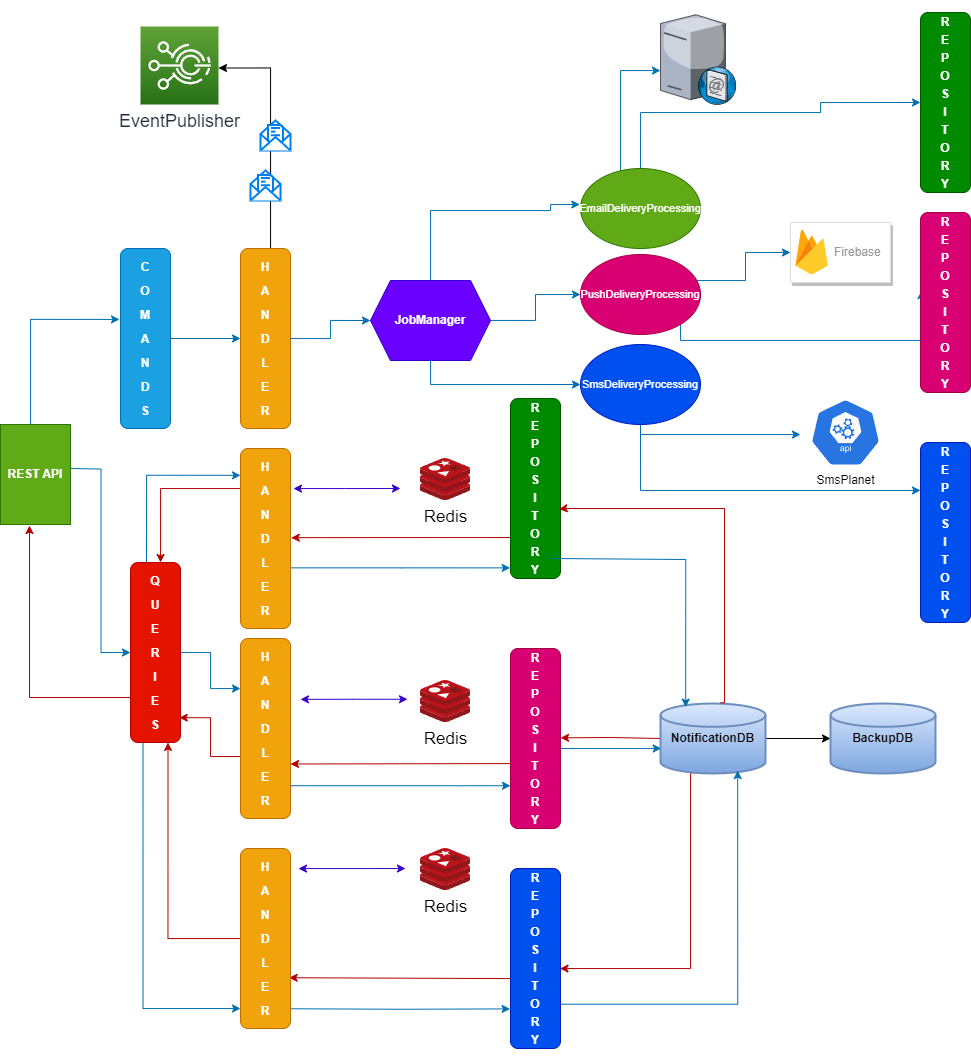
Earlier version of the draw.io export ArchitectureDiagram.drawio.png (solowiejmaciej/EmailService). Source tidied: cells renumbered, new cells last; positions are measured from the earlier drawing's top-left corner, leaving out a move shared by most shapes.
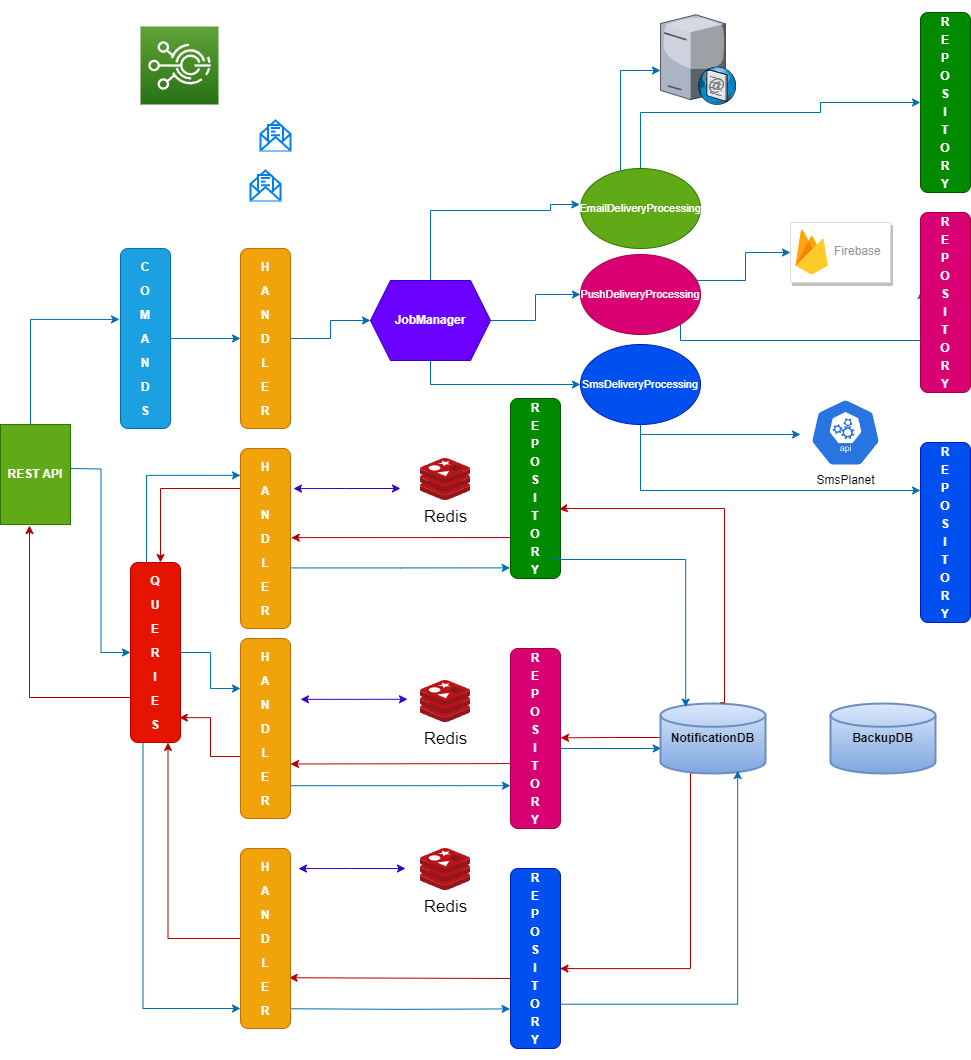
After the commit.

The edit, as a diff of the source:
```diff
@@ -23,7 +23,7 @@
     <mxCell id="6" value="&lt;p style=&quot;line-height: 200%;&quot;&gt;&lt;b&gt;C&lt;br&gt;O&lt;br&gt;M&lt;br&gt;A&lt;br&gt;N&lt;br&gt;D&lt;br&gt;S&lt;/b&gt;&lt;/p&gt;" style="rounded=1;whiteSpace=wrap;html=1;fillColor=#1ba1e2;fontColor=#ffffff;strokeColor=#006EAF;" parent="1" vertex="1">
       <mxGeometry x="120" y="236" width="50" height="180" as="geometry" />
     </mxCell>
-    <mxCell id="7" style="edgeStyle=orthogonalEdgeStyle;rounded=0;orthogonalLoop=1;jettySize=auto;html=1;exitX=0.385;exitY=-0.014;exitDx=0;exitDy=0;exitPerimeter=0;" parent="1" edge="1">
+    <mxCell id="7" style="edgeStyle=orthogonalEdgeStyle;rounded=0;orthogonalLoop=1;jettySize=auto;html=1;exitX=0.385;exitY=-0.014;exitDx=0;exitDy=0;exitPerimeter=0;strokeColor=#FFFFFF;" parent="1" edge="1">
       <mxGeometry relative="1" as="geometry">
         <mxPoint x="259.2" y="236" as="sourcePoint" />
         <mxPoint x="218" y="55.5" as="targetPoint" />
@@ -107,7 +107,7 @@
         </Array>
       </mxGeometry>
     </mxCell>
-    <mxCell id="21" style="edgeStyle=orthogonalEdgeStyle;rounded=0;jettySize=auto;html=1;entryX=0;entryY=0.5;entryDx=0;entryDy=0;entryPerimeter=0;" parent="1" edge="1" source="22" target="67">
+    <mxCell id="21" style="edgeStyle=orthogonalEdgeStyle;rounded=0;jettySize=auto;html=1;entryX=0;entryY=0.5;entryDx=0;entryDy=0;entryPerimeter=0;strokeColor=#FFFFFF;" parent="1" edge="1" source="22" target="67">
       <mxGeometry relative="1" as="geometry" />
     </mxCell>
     <mxCell id="22" value="&lt;font color=&quot;#000000&quot;&gt;&lt;b&gt;NotificationDB&lt;/b&gt;&lt;/font&gt;" style="strokeWidth=2;html=1;shape=mxgraph.flowchart.database;whiteSpace=wrap;fillColor=#dae8fc;gradientColor=#7ea6e0;strokeColor=#6c8ebf;" parent="1" vertex="1">
@@ -329,7 +329,7 @@
         </Array>
       </mxGeometry>
     </mxCell>
-    <mxCell id="62" value="&lt;font style=&quot;font-size: 18px;&quot;&gt;EventPublisher&lt;/font&gt;" style="sketch=0;fontColor=#232F3E;gradientColor=#60A337;gradientDirection=north;fillColor=#277116;strokeColor=#ffffff;dashed=0;verticalLabelPosition=bottom;verticalAlign=top;align=center;html=1;fontSize=12;fontStyle=0;shape=mxgraph.aws4.resourceIcon;resIcon=mxgraph.aws4.iot_events;" parent="1" vertex="1">
+    <mxCell id="62" value="&lt;font color=&quot;#ffffff&quot; style=&quot;font-size: 18px;&quot;&gt;EventPublisher&lt;/font&gt;" style="sketch=0;fontColor=#232F3E;gradientColor=#60A337;gradientDirection=north;fillColor=#277116;strokeColor=#ffffff;dashed=0;verticalLabelPosition=bottom;verticalAlign=top;align=center;html=1;fontSize=12;fontStyle=0;shape=mxgraph.aws4.resourceIcon;resIcon=mxgraph.aws4.iot_events;" parent="1" vertex="1">
       <mxGeometry x="140" y="14" width="78" height="78" as="geometry" />
     </mxCell>
     <mxCell id="63" style="html=1;verticalLabelPosition=bottom;align=center;labelBackgroundColor=#ffffff;verticalAlign=top;strokeWidth=2;strokeColor=#0080F0;shadow=0;dashed=0;shape=mxgraph.ios7.icons.envelope_(message);" parent="1" vertex="1">
```
